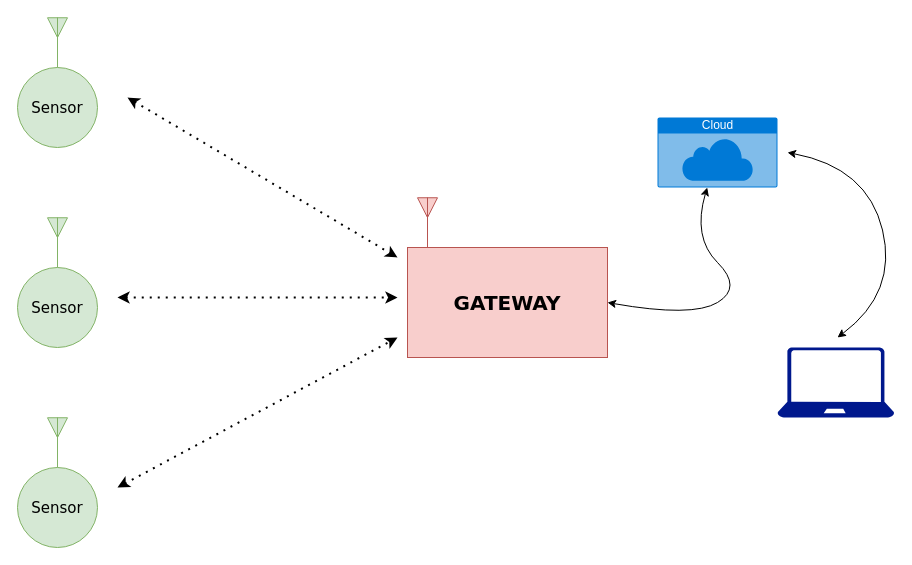
The draw.io diagram page "System" (1 of 2) of CBM.drawio in anhvanthe/01_my_drawio, before the edit. Source tidied: cells renumbered, new cells numbered last; positions are measured from the earlier drawing's top-left corner, leaving out a move shared by most shapes. Both pictures are drawn from the tidied source at 100%, with x=0, y=0 at pixel (17, 17).
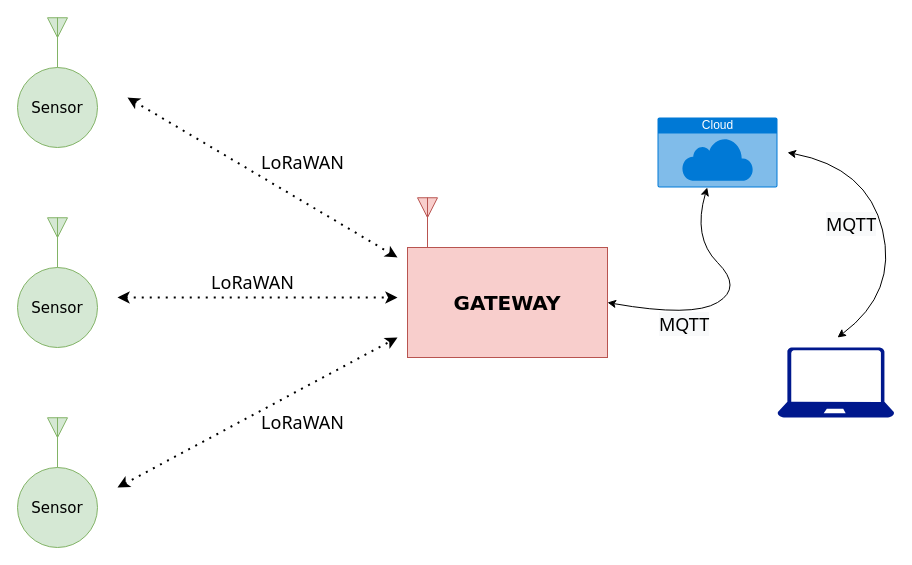
Above is the later version.

The edit, as a diff of the source:
```diff
@@
+    <mxCell id="17" value="LoRaWAN" style="text;html=1;align=center;verticalAlign=middle;fontSize=18;fontFamily=Tahoma;" parent="1" vertex="1">
+      <mxGeometry x="240" y="130" width="90" height="30" as="geometry" />
+    </mxCell>
+    <mxCell id="18" value="LoRaWAN" style="text;html=1;align=center;verticalAlign=middle;fontSize=18;fontFamily=Tahoma;" parent="1" vertex="1">
+      <mxGeometry x="190" y="250" width="90" height="30" as="geometry" />
+    </mxCell>
+    <mxCell id="19" value="LoRaWAN" style="text;html=1;align=center;verticalAlign=middle;fontSize=18;fontFamily=Tahoma;" parent="1" vertex="1">
+      <mxGeometry x="240" y="390" width="90" height="30" as="geometry" />
+    </mxCell>
+    <mxCell id="20" value="&lt;span style=&quot;color: rgb(0 , 0 , 0) ; font-family: &amp;#34;tahoma&amp;#34; ; font-size: 18px ; font-style: normal ; font-weight: 400 ; letter-spacing: normal ; text-align: center ; text-indent: 0px ; text-transform: none ; word-spacing: 0px ; background-color: rgb(248 , 249 , 250) ; display: inline ; float: none&quot;&gt;MQTT&lt;/span&gt;" style="text;whiteSpace=wrap;html=1;fontSize=18;fontFamily=Tahoma;" parent="1" vertex="1">
+      <mxGeometry x="640" y="290" width="50" height="40" as="geometry" />
+    </mxCell>
+    <mxCell id="21" value="&lt;span style=&quot;color: rgb(0 , 0 , 0) ; font-family: &amp;#34;tahoma&amp;#34; ; font-size: 18px ; font-style: normal ; font-weight: 400 ; letter-spacing: normal ; text-align: center ; text-indent: 0px ; text-transform: none ; word-spacing: 0px ; background-color: rgb(248 , 249 , 250) ; display: inline ; float: none&quot;&gt;MQTT&lt;/span&gt;" style="text;whiteSpace=wrap;html=1;fontSize=18;fontFamily=Tahoma;" parent="1" vertex="1">
+      <mxGeometry x="806.7" y="190" width="70" height="40" as="geometry" />
+    </mxCell>
```
